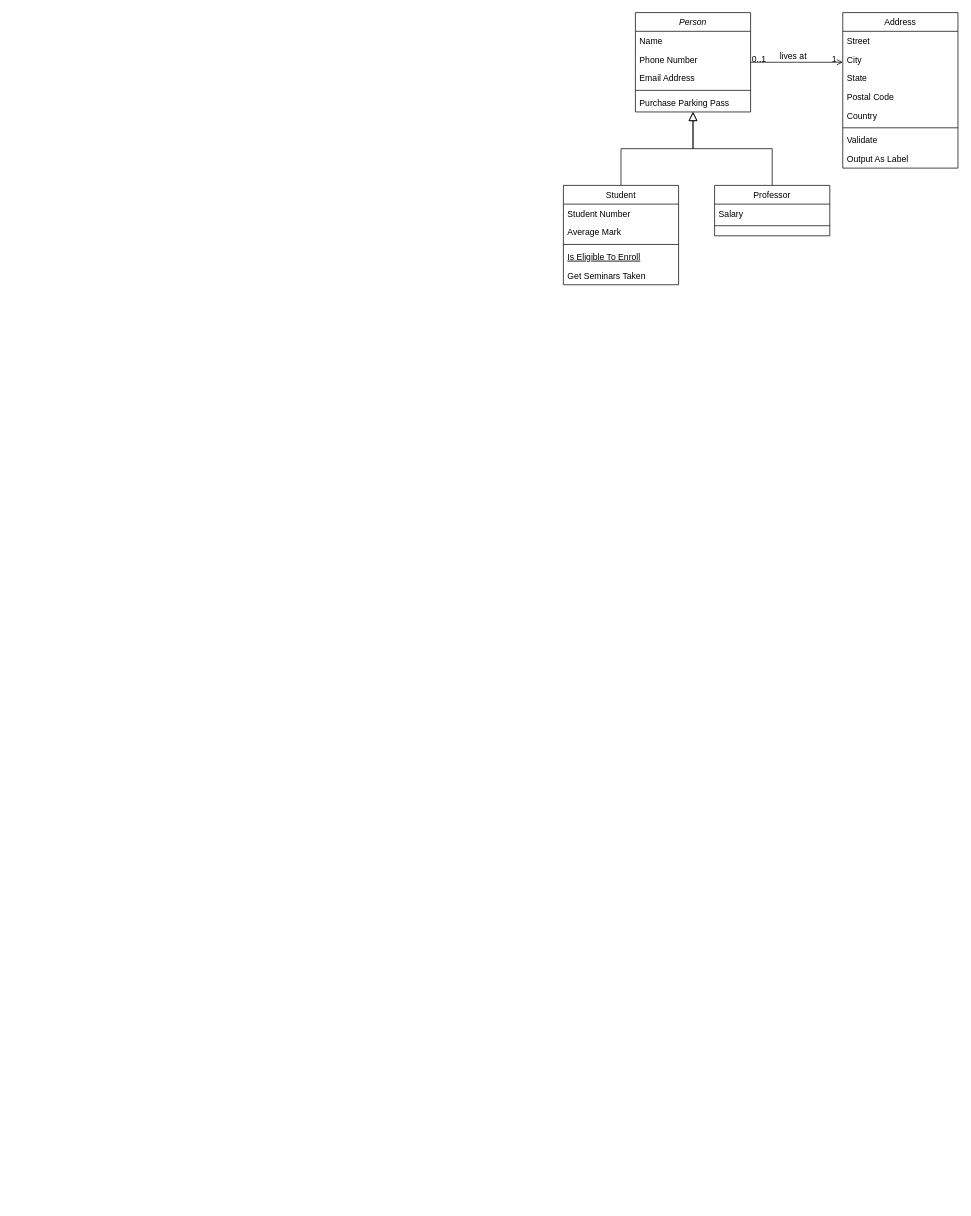
Earlier version of the draw.io diagram 未命名绘图.drawio (Z-zu-guang/Z-zu-guang.github.io). Source tidied: cells renumbered, new cells numbered last; positions are measured from the earlier drawing's top-left corner, leaving out a move shared by most shapes. Both pictures are drawn from the tidied source at 72%, with x=0, y=0 at pixel (563, 12).
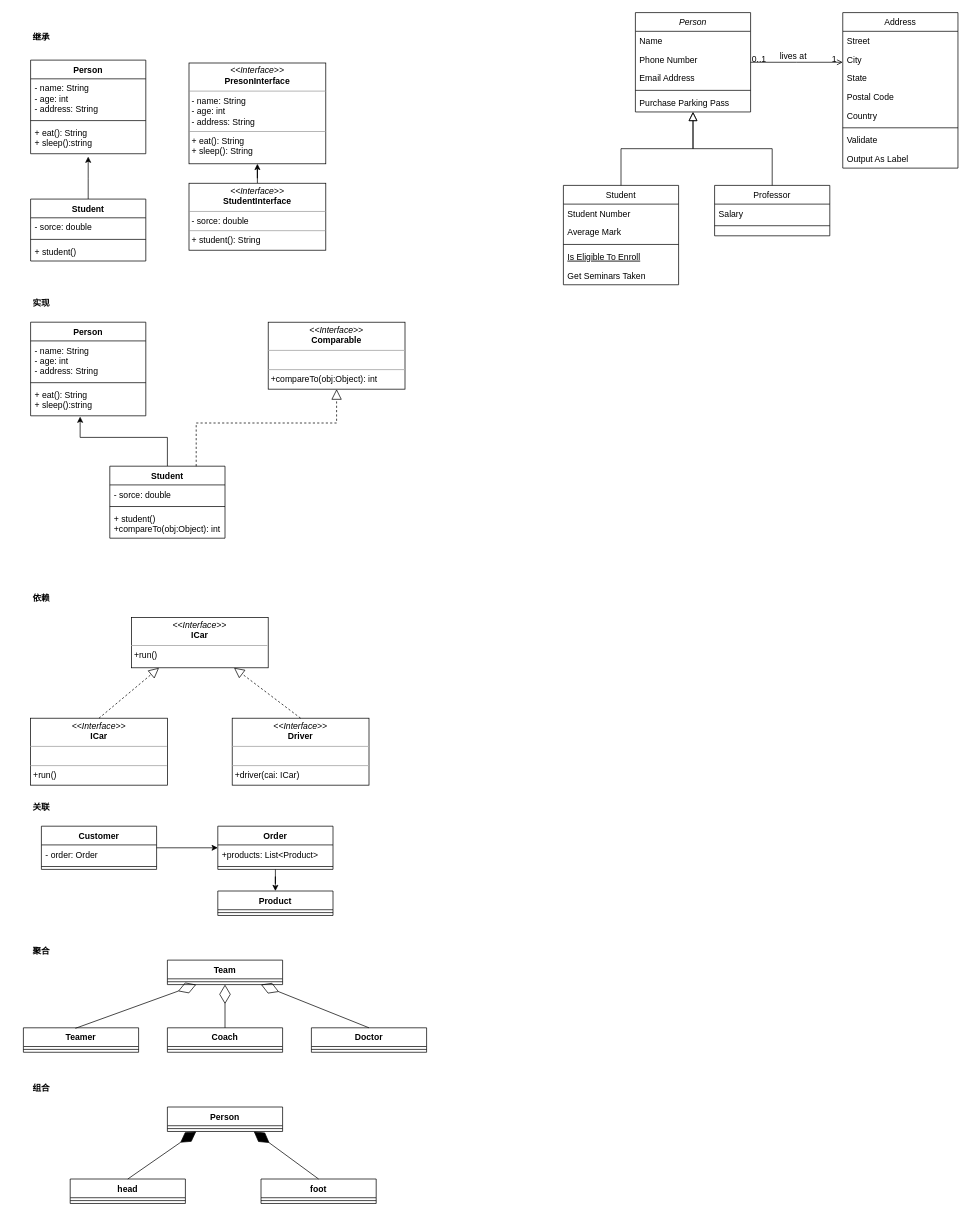
Above is the later version.

Commit message:
类与类的关系.drawio

Change to the diagram source:
```diff
@@
+    <mxCell id="32" value="Person" style="swimlane;fontStyle=1;align=center;verticalAlign=top;horizontal=1;startSize=26;" parent="1" vertex="1">
+      <mxGeometry x="-740" y="66" width="160" height="130" as="geometry" />
+    </mxCell>
+    <mxCell id="33" value="- name: String&#10;- age: int&#10;- address: String" style="text;strokeColor=none;fillColor=none;align=left;verticalAlign=top;spacingLeft=4;spacingRight=4;overflow=hidden;" parent="32" vertex="1">
+      <mxGeometry y="26" width="160" height="54" as="geometry" />
+    </mxCell>
+    <mxCell id="34" style="line;strokeWidth=1;fillColor=none;align=left;verticalAlign=middle;spacingTop=-1;spacingLeft=3;spacingRight=3;labelPosition=right;strokeColor=inherit;" parent="32" vertex="1">
+      <mxGeometry y="80" width="160" height="8" as="geometry" />
+    </mxCell>
+    <mxCell id="35" value="+ eat(): String&#10;+ sleep():string" style="text;strokeColor=none;fillColor=none;align=left;verticalAlign=top;spacingLeft=4;spacingRight=4;overflow=hidden;" parent="32" vertex="1">
+      <mxGeometry y="88" width="160" height="42" as="geometry" />
+    </mxCell>
+    <mxCell id="36" style="edgeStyle=orthogonalEdgeStyle;rounded=0;jettySize=auto;html=1;" parent="1" edge="1" source="37">
+      <mxGeometry relative="1" as="geometry">
+        <mxPoint x="-660" y="200" as="targetPoint" />
+      </mxGeometry>
+    </mxCell>
+    <mxCell id="37" value="Student" style="swimlane;fontStyle=1;align=center;verticalAlign=top;horizontal=1;startSize=26;" parent="1" vertex="1">
+      <mxGeometry x="-740" y="259" width="160" height="86" as="geometry" />
+    </mxCell>
+    <mxCell id="38" value="- sorce: double" style="text;strokeColor=none;fillColor=none;align=left;verticalAlign=top;spacingLeft=4;spacingRight=4;overflow=hidden;" parent="37" vertex="1">
+      <mxGeometry y="26" width="160" height="26" as="geometry" />
+    </mxCell>
+    <mxCell id="39" style="line;strokeWidth=1;fillColor=none;align=left;verticalAlign=middle;spacingTop=-1;spacingLeft=3;spacingRight=3;labelPosition=right;strokeColor=inherit;" parent="37" vertex="1">
+      <mxGeometry y="52" width="160" height="8" as="geometry" />
+    </mxCell>
+    <mxCell id="40" value="+ student()" style="text;strokeColor=none;fillColor=none;align=left;verticalAlign=top;spacingLeft=4;spacingRight=4;overflow=hidden;" parent="37" vertex="1">
+      <mxGeometry y="60" width="160" height="26" as="geometry" />
+    </mxCell>
+    <mxCell id="41" style="edgeStyle=orthogonalEdgeStyle;rounded=0;jettySize=auto;html=1;" parent="1" edge="1" source="42" target="43">
+      <mxGeometry relative="1" as="geometry" />
+    </mxCell>
+    <mxCell id="42" value="&lt;p style=&quot;margin:0px;margin-top:4px;text-align:center;&quot;&gt;&lt;i&gt;&amp;lt;&amp;lt;Interface&amp;gt;&amp;gt;&lt;/i&gt;&lt;br&gt;&lt;b&gt;StudentInterface&lt;/b&gt;&lt;/p&gt;&lt;hr size=&quot;1&quot;&gt;&lt;p style=&quot;margin:0px;margin-left:4px;&quot;&gt;- sorce: double&lt;br&gt;&lt;/p&gt;&lt;hr size=&quot;1&quot;&gt;&lt;p style=&quot;margin:0px;margin-left:4px;&quot;&gt;+ student(): String&lt;br&gt;&lt;/p&gt;" style="verticalAlign=top;align=left;overflow=fill;fontSize=12;fontFamily=Helvetica;html=1;" parent="1" vertex="1">
+      <mxGeometry x="-520" y="237" width="190" height="93" as="geometry" />
+    </mxCell>
+    <mxCell id="43" value="&lt;p style=&quot;margin:0px;margin-top:4px;text-align:center;&quot;&gt;&lt;i&gt;&amp;lt;&amp;lt;Interface&amp;gt;&amp;gt;&lt;/i&gt;&lt;br&gt;&lt;b&gt;PresonInterface&lt;/b&gt;&lt;/p&gt;&lt;hr size=&quot;1&quot;&gt;&lt;p style=&quot;margin:0px;margin-left:4px;&quot;&gt;- name: String&lt;br style=&quot;padding: 0px; margin: 0px;&quot;&gt;- age: int&lt;br style=&quot;padding: 0px; margin: 0px;&quot;&gt;- address: String&lt;br&gt;&lt;/p&gt;&lt;hr size=&quot;1&quot;&gt;&lt;p style=&quot;margin:0px;margin-left:4px;&quot;&gt;+ eat(): String&lt;br style=&quot;padding: 0px; margin: 0px;&quot;&gt;+ sleep(): String&lt;br&gt;&lt;/p&gt;" style="verticalAlign=top;align=left;overflow=fill;fontSize=12;fontFamily=Helvetica;html=1;" parent="1" vertex="1">
+      <mxGeometry x="-520" y="70" width="190" height="140" as="geometry" />
+    </mxCell>
+    <mxCell id="44" style="edgeStyle=orthogonalEdgeStyle;rounded=0;orthogonalLoop=1;jettySize=auto;html=1;exitX=0.5;exitY=1;exitDx=0;exitDy=0;" parent="1" edge="1" source="42" target="42">
+      <mxGeometry relative="1" as="geometry" />
+    </mxCell>
+    <mxCell id="45" value="继承" style="text;align=center;fontStyle=1;verticalAlign=middle;spacingLeft=3;spacingRight=3;strokeColor=none;" parent="1" vertex="1">
+      <mxGeometry x="-760" y="20" width="70" height="28" as="geometry" />
+    </mxCell>
+    <mxCell id="46" value="实现" style="text;align=center;fontStyle=1;verticalAlign=middle;spacingLeft=3;spacingRight=3;strokeColor=none;" parent="1" vertex="1">
+      <mxGeometry x="-765" y="390" width="80" height="26" as="geometry" />
+    </mxCell>
+    <mxCell id="47" value="Person" style="swimlane;fontStyle=1;align=center;verticalAlign=top;horizontal=1;startSize=26;" parent="1" vertex="1">
+      <mxGeometry x="-740" y="430" width="160" height="130" as="geometry" />
+    </mxCell>
+    <mxCell id="48" value="- name: String&#10;- age: int&#10;- address: String" style="text;strokeColor=none;fillColor=none;align=left;verticalAlign=top;spacingLeft=4;spacingRight=4;overflow=hidden;" parent="47" vertex="1">
+      <mxGeometry y="26" width="160" height="54" as="geometry" />
+    </mxCell>
+    <mxCell id="49" style="line;strokeWidth=1;fillColor=none;align=left;verticalAlign=middle;spacingTop=-1;spacingLeft=3;spacingRight=3;labelPosition=right;strokeColor=inherit;" parent="47" vertex="1">
+      <mxGeometry y="80" width="160" height="8" as="geometry" />
+    </mxCell>
+    <mxCell id="50" value="+ eat(): String&#10;+ sleep():string" style="text;strokeColor=none;fillColor=none;align=left;verticalAlign=top;spacingLeft=4;spacingRight=4;overflow=hidden;points=[[0,0.5],[1,0.5]];portConstraint=eastwest;" parent="47" vertex="1">
+      <mxGeometry y="88" width="160" height="42" as="geometry" />
+    </mxCell>
+    <mxCell id="51" style="edgeStyle=orthogonalEdgeStyle;rounded=0;jettySize=auto;html=1;entryX=0.43;entryY=1.026;entryDx=0;entryDy=0;entryPerimeter=0;" parent="1" edge="1" source="52" target="50">
+      <mxGeometry relative="1" as="geometry">
+        <Array as="points">
+          <mxPoint x="-550" y="590" />
+          <mxPoint x="-671" y="590" />
+        </Array>
+      </mxGeometry>
+    </mxCell>
+    <mxCell id="52" value="Student" style="swimlane;fontStyle=1;align=center;verticalAlign=top;horizontal=1;startSize=26;" parent="1" vertex="1">
+      <mxGeometry x="-630" y="630" width="160" height="100" as="geometry" />
+    </mxCell>
+    <mxCell id="53" value="- sorce: double" style="text;strokeColor=none;fillColor=none;align=left;verticalAlign=top;spacingLeft=4;spacingRight=4;overflow=hidden;" parent="52" vertex="1">
+      <mxGeometry y="26" width="160" height="26" as="geometry" />
+    </mxCell>
+    <mxCell id="54" style="line;strokeWidth=1;fillColor=none;align=left;verticalAlign=middle;spacingTop=-1;spacingLeft=3;spacingRight=3;labelPosition=right;strokeColor=inherit;" parent="52" vertex="1">
+      <mxGeometry y="52" width="160" height="8" as="geometry" />
+    </mxCell>
+    <mxCell id="55" value="+ student()&#10;+compareTo(obj:Object): int" style="text;strokeColor=none;fillColor=none;align=left;verticalAlign=top;spacingLeft=4;spacingRight=4;overflow=hidden;" parent="52" vertex="1">
+      <mxGeometry y="60" width="160" height="40" as="geometry" />
+    </mxCell>
+    <mxCell id="56" value="&lt;p style=&quot;margin:0px;margin-top:4px;text-align:center;&quot;&gt;&lt;i&gt;&amp;lt;&amp;lt;Interface&amp;gt;&amp;gt;&lt;/i&gt;&lt;br&gt;&lt;b&gt;Comparable&lt;/b&gt;&lt;/p&gt;&lt;hr size=&quot;1&quot;&gt;&lt;p style=&quot;margin:0px;margin-left:4px;&quot;&gt;&lt;br&gt;&lt;/p&gt;&lt;hr size=&quot;1&quot;&gt;&lt;p style=&quot;margin:0px;margin-left:4px;&quot;&gt;+compareTo(obj:Object): int&lt;br&gt;&lt;/p&gt;" style="verticalAlign=top;align=left;overflow=fill;fontSize=12;fontFamily=Helvetica;html=1;" parent="1" vertex="1">
+      <mxGeometry x="-410" y="430" width="190" height="93" as="geometry" />
+    </mxCell>
+    <mxCell id="57" style="edgeStyle=orthogonalEdgeStyle;rounded=0;orthogonalLoop=1;jettySize=auto;html=1;exitX=0.5;exitY=1;exitDx=0;exitDy=0;" parent="1" edge="1" source="56" target="56">
+      <mxGeometry relative="1" as="geometry" />
+    </mxCell>
+    <mxCell id="58" style="endArrow=block;dashed=1;endFill=0;endSize=12;html=1;rounded=0;exitX=0.75;exitY=0;exitDx=0;exitDy=0;entryX=0.5;entryY=1;entryDx=0;entryDy=0;" parent="1" edge="1" source="52" target="56">
+      <mxGeometry relative="1" as="geometry">
+        <Array as="points">
+          <mxPoint x="-510" y="570" />
+          <mxPoint x="-315" y="570" />
+        </Array>
+      </mxGeometry>
+    </mxCell>
+    <mxCell id="59" value="&lt;p style=&quot;margin:0px;margin-top:4px;text-align:center;&quot;&gt;&lt;i&gt;&amp;lt;&amp;lt;Interface&amp;gt;&amp;gt;&lt;/i&gt;&lt;br&gt;&lt;b&gt;ICar&lt;/b&gt;&lt;/p&gt;&lt;hr size=&quot;1&quot;&gt;&lt;p style=&quot;margin:0px;margin-left:4px;&quot;&gt;+run()&lt;br&gt;&lt;/p&gt;" style="verticalAlign=top;align=left;overflow=fill;fontSize=12;fontFamily=Helvetica;html=1;" parent="1" vertex="1">
+      <mxGeometry x="-600" y="840" width="190" height="70" as="geometry" />
+    </mxCell>
+    <mxCell id="60" style="edgeStyle=orthogonalEdgeStyle;rounded=0;orthogonalLoop=1;jettySize=auto;html=1;exitX=0.5;exitY=1;exitDx=0;exitDy=0;" parent="1" edge="1" source="59" target="59">
+      <mxGeometry relative="1" as="geometry" />
+    </mxCell>
+    <mxCell id="61" value="&lt;p style=&quot;margin:0px;margin-top:4px;text-align:center;&quot;&gt;&lt;i&gt;&amp;lt;&amp;lt;Interface&amp;gt;&amp;gt;&lt;/i&gt;&lt;br&gt;&lt;b&gt;ICar&lt;/b&gt;&lt;/p&gt;&lt;hr size=&quot;1&quot;&gt;&lt;p style=&quot;margin:0px;margin-left:4px;&quot;&gt;&lt;br&gt;&lt;/p&gt;&lt;hr size=&quot;1&quot;&gt;&lt;p style=&quot;margin:0px;margin-left:4px;&quot;&gt;+run()&lt;br&gt;&lt;/p&gt;" style="verticalAlign=top;align=left;overflow=fill;fontSize=12;fontFamily=Helvetica;html=1;" parent="1" vertex="1">
+      <mxGeometry x="-740" y="980" width="190" height="93" as="geometry" />
+    </mxCell>
+    <mxCell id="62" style="edgeStyle=orthogonalEdgeStyle;rounded=0;orthogonalLoop=1;jettySize=auto;html=1;exitX=0.5;exitY=1;exitDx=0;exitDy=0;" parent="1" edge="1" source="61" target="61">
+      <mxGeometry relative="1" as="geometry" />
+    </mxCell>
+    <mxCell id="63" value="依赖" style="text;align=center;fontStyle=1;verticalAlign=middle;spacingLeft=3;spacingRight=3;strokeColor=none;" parent="1" vertex="1">
+      <mxGeometry x="-765" y="800" width="80" height="26" as="geometry" />
+    </mxCell>
+    <mxCell id="64" value="&lt;p style=&quot;margin:0px;margin-top:4px;text-align:center;&quot;&gt;&lt;i&gt;&amp;lt;&amp;lt;Interface&amp;gt;&amp;gt;&lt;/i&gt;&lt;br&gt;&lt;b&gt;Driver&lt;/b&gt;&lt;/p&gt;&lt;hr size=&quot;1&quot;&gt;&lt;p style=&quot;margin:0px;margin-left:4px;&quot;&gt;&lt;br&gt;&lt;/p&gt;&lt;hr size=&quot;1&quot;&gt;&lt;p style=&quot;margin:0px;margin-left:4px;&quot;&gt;+driver(cai: ICar)&lt;br&gt;&lt;/p&gt;" style="verticalAlign=top;align=left;overflow=fill;fontSize=12;fontFamily=Helvetica;html=1;" parent="1" vertex="1">
+      <mxGeometry x="-460" y="980" width="190" height="93" as="geometry" />
+    </mxCell>
+    <mxCell id="65" style="edgeStyle=orthogonalEdgeStyle;rounded=0;orthogonalLoop=1;jettySize=auto;html=1;exitX=0.5;exitY=1;exitDx=0;exitDy=0;" parent="1" edge="1" source="64" target="64">
+      <mxGeometry relative="1" as="geometry" />
+    </mxCell>
+    <mxCell id="66" style="endArrow=block;dashed=1;endFill=0;endSize=12;html=1;rounded=0;exitX=0.5;exitY=0;exitDx=0;exitDy=0;entryX=0.202;entryY=1.001;entryDx=0;entryDy=0;entryPerimeter=0;" parent="1" edge="1" source="61" target="59">
+      <mxGeometry relative="1" as="geometry" />
+    </mxCell>
+    <mxCell id="67" style="endArrow=block;dashed=1;endFill=0;endSize=12;html=1;rounded=0;exitX=0.5;exitY=0;exitDx=0;exitDy=0;entryX=0.75;entryY=1;entryDx=0;entryDy=0;" parent="1" edge="1" source="64" target="59">
+      <mxGeometry relative="1" as="geometry" />
+    </mxCell>
+    <mxCell id="68" value="关联" style="text;align=center;fontStyle=1;verticalAlign=middle;spacingLeft=3;spacingRight=3;strokeColor=none;" parent="1" vertex="1">
+      <mxGeometry x="-765" y="1090" width="80" height="26" as="geometry" />
+    </mxCell>
+    <mxCell id="69" style="edgeStyle=orthogonalEdgeStyle;rounded=0;jettySize=auto;html=1;" parent="1" edge="1" source="70" target="74">
+      <mxGeometry relative="1" as="geometry" />
+    </mxCell>
+    <mxCell id="70" value="Customer" style="swimlane;fontStyle=1;align=center;verticalAlign=top;horizontal=1;startSize=26;" parent="1" vertex="1">
+      <mxGeometry x="-725" y="1130" width="160" height="60" as="geometry" />
+    </mxCell>
+    <mxCell id="71" value="- order: Order" style="text;strokeColor=none;fillColor=none;align=left;verticalAlign=top;spacingLeft=4;spacingRight=4;overflow=hidden;" parent="70" vertex="1">
+      <mxGeometry y="26" width="160" height="26" as="geometry" />
+    </mxCell>
+    <mxCell id="72" style="line;strokeWidth=1;fillColor=none;align=left;verticalAlign=middle;spacingTop=-1;spacingLeft=3;spacingRight=3;labelPosition=right;strokeColor=inherit;" parent="70" vertex="1">
+      <mxGeometry y="52" width="160" height="8" as="geometry" />
+    </mxCell>
+    <mxCell id="73" style="edgeStyle=orthogonalEdgeStyle;rounded=0;jettySize=auto;html=1;" parent="1" edge="1" source="74" target="77">
+      <mxGeometry relative="1" as="geometry" />
+    </mxCell>
+    <mxCell id="74" value="Order" style="swimlane;fontStyle=1;align=center;verticalAlign=top;horizontal=1;startSize=26;" parent="1" vertex="1">
+      <mxGeometry x="-480" y="1130" width="160" height="60" as="geometry" />
+    </mxCell>
+    <mxCell id="75" value="+products: List&lt;Product&gt;" style="text;strokeColor=none;fillColor=none;align=left;verticalAlign=top;spacingLeft=4;spacingRight=4;overflow=hidden;" parent="74" vertex="1">
+      <mxGeometry y="26" width="160" height="26" as="geometry" />
+    </mxCell>
+    <mxCell id="76" style="line;strokeWidth=1;fillColor=none;align=left;verticalAlign=middle;spacingTop=-1;spacingLeft=3;spacingRight=3;labelPosition=right;strokeColor=inherit;" parent="74" vertex="1">
+      <mxGeometry y="52" width="160" height="8" as="geometry" />
+    </mxCell>
+    <mxCell id="77" value="Product" style="swimlane;fontStyle=1;align=center;verticalAlign=top;horizontal=1;startSize=26;" parent="1" vertex="1">
+      <mxGeometry x="-480" y="1220" width="160" height="34" as="geometry" />
+    </mxCell>
+    <mxCell id="78" style="line;strokeWidth=1;fillColor=none;align=left;verticalAlign=middle;spacingTop=-1;spacingLeft=3;spacingRight=3;labelPosition=right;strokeColor=inherit;" parent="77" vertex="1">
+      <mxGeometry y="26" width="160" height="8" as="geometry" />
+    </mxCell>
+    <mxCell id="79" value="聚合" style="text;align=center;fontStyle=1;verticalAlign=middle;spacingLeft=3;spacingRight=3;strokeColor=none;" parent="1" vertex="1">
+      <mxGeometry x="-765" y="1290" width="80" height="26" as="geometry" />
+    </mxCell>
+    <mxCell id="80" value="Team" style="swimlane;fontStyle=1;align=center;verticalAlign=top;horizontal=1;startSize=26;" parent="1" vertex="1">
+      <mxGeometry x="-550" y="1316" width="160" height="34" as="geometry" />
+    </mxCell>
+    <mxCell id="81" style="line;strokeWidth=1;fillColor=none;align=left;verticalAlign=middle;spacingTop=-1;spacingLeft=3;spacingRight=3;labelPosition=right;strokeColor=inherit;" parent="80" vertex="1">
+      <mxGeometry y="26" width="160" height="8" as="geometry" />
+    </mxCell>
+    <mxCell id="82" value="Teamer" style="swimlane;fontStyle=1;align=center;verticalAlign=top;horizontal=1;startSize=26;" parent="1" vertex="1">
+      <mxGeometry x="-750" y="1410" width="160" height="34" as="geometry" />
+    </mxCell>
+    <mxCell id="83" style="line;strokeWidth=1;fillColor=none;align=left;verticalAlign=middle;spacingTop=-1;spacingLeft=3;spacingRight=3;labelPosition=right;strokeColor=inherit;" parent="82" vertex="1">
+      <mxGeometry y="26" width="160" height="8" as="geometry" />
+    </mxCell>
+    <mxCell id="84" value="Coach" style="swimlane;fontStyle=1;align=center;verticalAlign=top;horizontal=1;startSize=26;" parent="1" vertex="1">
+      <mxGeometry x="-550" y="1410" width="160" height="34" as="geometry" />
+    </mxCell>
+    <mxCell id="85" style="line;strokeWidth=1;fillColor=none;align=left;verticalAlign=middle;spacingTop=-1;spacingLeft=3;spacingRight=3;labelPosition=right;strokeColor=inherit;" parent="84" vertex="1">
+      <mxGeometry y="26" width="160" height="8" as="geometry" />
+    </mxCell>
+    <mxCell id="86" value="Doctor" style="swimlane;fontStyle=1;align=center;verticalAlign=top;horizontal=1;startSize=26;" parent="1" vertex="1">
+      <mxGeometry x="-350" y="1410" width="160" height="34" as="geometry" />
+    </mxCell>
+    <mxCell id="87" style="line;strokeWidth=1;fillColor=none;align=left;verticalAlign=middle;spacingTop=-1;spacingLeft=3;spacingRight=3;labelPosition=right;strokeColor=inherit;" parent="86" vertex="1">
+      <mxGeometry y="26" width="160" height="8" as="geometry" />
+    </mxCell>
+    <mxCell id="88" style="endArrow=diamondThin;endFill=0;endSize=24;html=1;rounded=0;exitX=0.451;exitY=0.022;exitDx=0;exitDy=0;exitPerimeter=0;entryX=0.25;entryY=1;entryDx=0;entryDy=0;" parent="1" edge="1" source="82" target="80">
+      <mxGeometry relative="1" as="geometry" />
+    </mxCell>
+    <mxCell id="89" style="endArrow=diamondThin;endFill=0;endSize=24;html=1;rounded=0;exitX=0.5;exitY=0;exitDx=0;exitDy=0;entryX=0.5;entryY=1;entryDx=0;entryDy=0;" parent="1" edge="1" source="84" target="80">
+      <mxGeometry relative="1" as="geometry" />
+    </mxCell>
+    <mxCell id="90" style="endArrow=diamondThin;endFill=0;endSize=24;html=1;rounded=0;exitX=0.5;exitY=0;exitDx=0;exitDy=0;" parent="1" edge="1" source="86">
+      <mxGeometry relative="1" as="geometry">
+        <mxPoint x="-420" y="1350" as="targetPoint" />
+      </mxGeometry>
+    </mxCell>
+    <mxCell id="91" value="Person" style="swimlane;fontStyle=1;align=center;verticalAlign=top;horizontal=1;startSize=26;" parent="1" vertex="1">
+      <mxGeometry x="-550" y="1520" width="160" height="34" as="geometry" />
+    </mxCell>
+    <mxCell id="92" style="line;strokeWidth=1;fillColor=none;align=left;verticalAlign=middle;spacingTop=-1;spacingLeft=3;spacingRight=3;labelPosition=right;strokeColor=inherit;" parent="91" vertex="1">
+      <mxGeometry y="26" width="160" height="8" as="geometry" />
+    </mxCell>
+    <mxCell id="93" value="组合" style="text;align=center;fontStyle=1;verticalAlign=middle;spacingLeft=3;spacingRight=3;strokeColor=none;" parent="1" vertex="1">
+      <mxGeometry x="-765" y="1480" width="80" height="26" as="geometry" />
+    </mxCell>
+    <mxCell id="94" value="head" style="swimlane;fontStyle=1;align=center;verticalAlign=top;horizontal=1;startSize=26;" parent="1" vertex="1">
+      <mxGeometry x="-685" y="1620" width="160" height="34" as="geometry" />
+    </mxCell>
+    <mxCell id="95" style="line;strokeWidth=1;fillColor=none;align=left;verticalAlign=middle;spacingTop=-1;spacingLeft=3;spacingRight=3;labelPosition=right;strokeColor=inherit;" parent="94" vertex="1">
+      <mxGeometry y="26" width="160" height="8" as="geometry" />
+    </mxCell>
+    <mxCell id="96" value="foot" style="swimlane;fontStyle=1;align=center;verticalAlign=top;horizontal=1;startSize=26;" parent="1" vertex="1">
+      <mxGeometry x="-420" y="1620" width="160" height="34" as="geometry" />
+    </mxCell>
+    <mxCell id="97" style="line;strokeWidth=1;fillColor=none;align=left;verticalAlign=middle;spacingTop=-1;spacingLeft=3;spacingRight=3;labelPosition=right;strokeColor=inherit;" parent="96" vertex="1">
+      <mxGeometry y="26" width="160" height="8" as="geometry" />
+    </mxCell>
+    <mxCell id="98" style="endArrow=diamondThin;endFill=1;endSize=24;html=1;rounded=0;exitX=0.5;exitY=0;exitDx=0;exitDy=0;entryX=0.25;entryY=1;entryDx=0;entryDy=0;" parent="1" edge="1" source="94" target="91">
+      <mxGeometry relative="1" as="geometry" />
+    </mxCell>
+    <mxCell id="99" style="endArrow=diamondThin;endFill=1;endSize=24;html=1;rounded=0;exitX=0.5;exitY=0;exitDx=0;exitDy=0;entryX=0.75;entryY=1;entryDx=0;entryDy=0;" parent="1" edge="1" source="96" target="91">
+      <mxGeometry relative="1" as="geometry" />
+    </mxCell>
```
